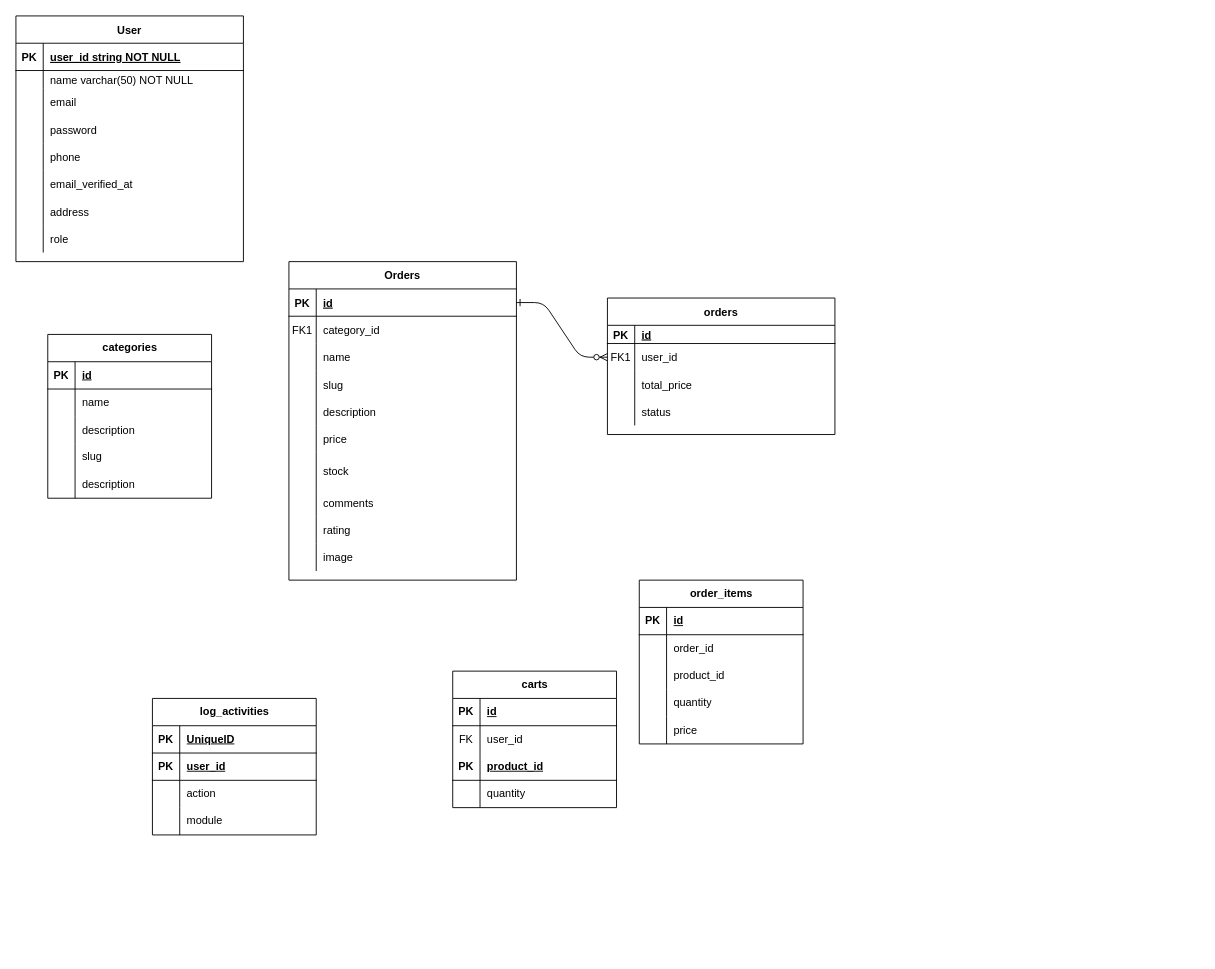
This is database/Untitled Diagram.drawio from g0st-r00t-x/project-uts, a draw.io file, before an edit. Source tidied: cells renumbered, new cells numbered last; positions are measured from the earlier drawing's top-left corner, leaving out a move shared by most shapes. Both pictures are drawn from the tidied source at 91%, with x=0, y=0 at pixel (15, 15).
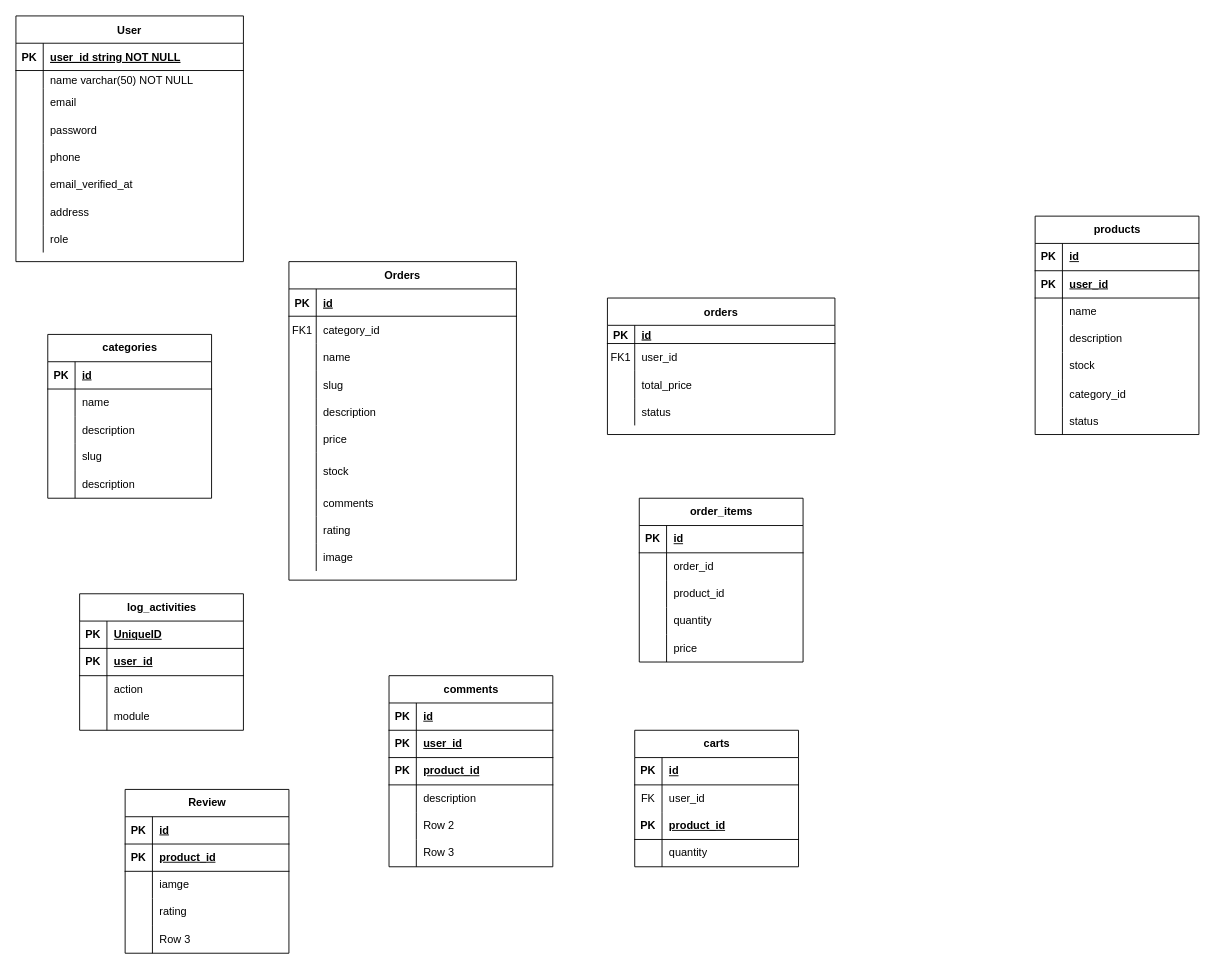
The same page after the edit.

Unchanged cells that the change refers to:
```xml
<mxCell id="7" style="shape=partialRectangle;fillColor=none;points=[[0,0.5],[1,0.5]];portConstraint=eastwest;top=0;left=0;right=0;bottom=0;" parent="3" vertex="1">
  <mxGeometry y="50" width="250" height="30" as="geometry" />
</mxCell>
<mxCell id="58" style="shape=partialRectangle;fillColor=none;points=[[0,0.5],[1,0.5]];portConstraint=eastwest;top=0;left=0;right=0;bottom=1;" parent="57" vertex="1">
  <mxGeometry y="30" width="250" height="30" as="geometry" />
</mxCell>
```

Diff of the diagram source:
```diff
@@
-    <mxCell id="2" style="edgeStyle=entityRelationEdgeStyle;endArrow=ERzeroToMany;startArrow=ERone;endFill=1;startFill=0;" parent="1" edge="1" source="58" target="7">
-      <mxGeometry relative="1" as="geometry" />
-    </mxCell>
@@
     <mxCell id="88" value="order_items" style="shape=table;startSize=30;childLayout=tableLayout;rowLines=0;fontStyle=1;align=center;html=1;" parent="1" vertex="1">
-      <mxGeometry x="685" y="620" width="180" height="180" as="geometry" />
+      <mxGeometry x="685" y="530" width="180" height="180" as="geometry" />
     </mxCell>
@@
     <mxCell id="104" value="carts" style="shape=table;startSize=30;childLayout=tableLayout;rowLines=0;fontStyle=1;align=center;html=1;" parent="1" vertex="1">
-      <mxGeometry x="480" y="720" width="180" height="150" as="geometry" />
+      <mxGeometry x="680" y="785" width="180" height="150" as="geometry" />
     </mxCell>
@@
     <mxCell id="117" value="log_activities" style="shape=table;startSize=30;childLayout=tableLayout;rowLines=0;fontStyle=1;align=center;html=1;" parent="1" vertex="1">
-      <mxGeometry x="150" y="750" width="180" height="150" as="geometry" />
+      <mxGeometry x="70" y="635" width="180" height="150" as="geometry" />
     </mxCell>
@@
+    <mxCell id="130" value="comments" style="shape=table;startSize=30;childLayout=tableLayout;rowLines=0;fontStyle=1;align=center;html=1;" parent="1" vertex="1">
+      <mxGeometry x="410" y="725" width="180" height="210" as="geometry" />
+    </mxCell>
+    <mxCell id="131" style="shape=tableRow;horizontal=0;startSize=0;swimlaneHead=0;swimlaneBody=0;fillColor=none;top=0;left=0;right=0;bottom=1;" parent="130" vertex="1">
+      <mxGeometry y="30" width="180" height="30" as="geometry" />
+    </mxCell>
+    <mxCell id="132" value="PK" style="shape=partialRectangle;fillColor=none;top=0;left=0;bottom=0;right=0;fontStyle=1;overflow=hidden;whiteSpace=wrap;html=1;" parent="131" vertex="1">
+      <mxGeometry width="30" height="30" as="geometry" />
+    </mxCell>
+    <mxCell id="133" value="id" style="shape=partialRectangle;fillColor=none;top=0;left=0;bottom=0;right=0;align=left;spacingLeft=6;fontStyle=5;overflow=hidden;whiteSpace=wrap;html=1;" parent="131" vertex="1">
+      <mxGeometry x="30" width="150" height="30" as="geometry" />
+    </mxCell>
+    <mxCell id="134" style="shape=tableRow;horizontal=0;startSize=0;swimlaneHead=0;swimlaneBody=0;fillColor=none;top=0;left=0;right=0;bottom=1;" parent="130" vertex="1">
+      <mxGeometry y="60" width="180" height="30" as="geometry" />
+    </mxCell>
+    <mxCell id="135" value="PK" style="shape=partialRectangle;fillColor=none;top=0;left=0;bottom=0;right=0;fontStyle=1;overflow=hidden;whiteSpace=wrap;html=1;" parent="134" vertex="1">
+      <mxGeometry width="30" height="30" as="geometry" />
+    </mxCell>
+    <mxCell id="136" value="user_id" style="shape=partialRectangle;fillColor=none;top=0;left=0;bottom=0;right=0;align=left;spacingLeft=6;fontStyle=5;overflow=hidden;whiteSpace=wrap;html=1;" parent="134" vertex="1">
+      <mxGeometry x="30" width="150" height="30" as="geometry" />
+    </mxCell>
+    <mxCell id="137" style="shape=tableRow;horizontal=0;startSize=0;swimlaneHead=0;swimlaneBody=0;fillColor=none;top=0;left=0;right=0;bottom=1;" parent="130" vertex="1">
+      <mxGeometry y="90" width="180" height="30" as="geometry" />
+    </mxCell>
+    <mxCell id="138" value="PK" style="shape=partialRectangle;fillColor=none;top=0;left=0;bottom=0;right=0;fontStyle=1;overflow=hidden;whiteSpace=wrap;html=1;" parent="137" vertex="1">
+      <mxGeometry width="30" height="30" as="geometry" />
+    </mxCell>
+    <mxCell id="139" value="product_id" style="shape=partialRectangle;fillColor=none;top=0;left=0;bottom=0;right=0;align=left;spacingLeft=6;fontStyle=5;overflow=hidden;whiteSpace=wrap;html=1;" parent="137" vertex="1">
+      <mxGeometry x="30" width="150" height="30" as="geometry" />
+    </mxCell>
+    <mxCell id="140" style="shape=tableRow;horizontal=0;startSize=0;swimlaneHead=0;swimlaneBody=0;fillColor=none;top=0;left=0;right=0;bottom=0;" parent="130" vertex="1">
+      <mxGeometry y="120" width="180" height="30" as="geometry" />
+    </mxCell>
+    <mxCell id="141" style="shape=partialRectangle;fillColor=none;top=0;left=0;bottom=0;right=0;overflow=hidden;whiteSpace=wrap;html=1;" parent="140" vertex="1">
+      <mxGeometry width="30" height="30" as="geometry" />
+    </mxCell>
+    <mxCell id="142" value="description" style="shape=partialRectangle;fillColor=none;top=0;left=0;bottom=0;right=0;align=left;spacingLeft=6;overflow=hidden;whiteSpace=wrap;html=1;" parent="140" vertex="1">
+      <mxGeometry x="30" width="150" height="30" as="geometry" />
+    </mxCell>
+    <mxCell id="143" style="shape=tableRow;horizontal=0;startSize=0;swimlaneHead=0;swimlaneBody=0;fillColor=none;top=0;left=0;right=0;bottom=0;" parent="130" vertex="1">
+      <mxGeometry y="150" width="180" height="30" as="geometry" />
+    </mxCell>
+    <mxCell id="144" style="shape=partialRectangle;fillColor=none;top=0;left=0;bottom=0;right=0;overflow=hidden;whiteSpace=wrap;html=1;" parent="143" vertex="1">
+      <mxGeometry width="30" height="30" as="geometry" />
+    </mxCell>
+    <mxCell id="145" value="Row 2" style="shape=partialRectangle;fillColor=none;top=0;left=0;bottom=0;right=0;align=left;spacingLeft=6;overflow=hidden;whiteSpace=wrap;html=1;" parent="143" vertex="1">
+      <mxGeometry x="30" width="150" height="30" as="geometry" />
+    </mxCell>
+    <mxCell id="146" style="shape=tableRow;horizontal=0;startSize=0;swimlaneHead=0;swimlaneBody=0;fillColor=none;top=0;left=0;right=0;bottom=0;" parent="130" vertex="1">
+      <mxGeometry y="180" width="180" height="30" as="geometry" />
+    </mxCell>
+    <mxCell id="147" style="shape=partialRectangle;fillColor=none;top=0;left=0;bottom=0;right=0;overflow=hidden;whiteSpace=wrap;html=1;" parent="146" vertex="1">
+      <mxGeometry width="30" height="30" as="geometry" />
+    </mxCell>
+    <mxCell id="148" value="Row 3" style="shape=partialRectangle;fillColor=none;top=0;left=0;bottom=0;right=0;align=left;spacingLeft=6;overflow=hidden;whiteSpace=wrap;html=1;" parent="146" vertex="1">
+      <mxGeometry x="30" width="150" height="30" as="geometry" />
+    </mxCell>
+    <mxCell id="149" value="Review" style="shape=table;startSize=30;childLayout=tableLayout;rowLines=0;fontStyle=1;align=center;html=1;" parent="1" vertex="1">
+      <mxGeometry x="120" y="850" width="180" height="180" as="geometry" />
+    </mxCell>
+    <mxCell id="150" style="shape=tableRow;horizontal=0;startSize=0;swimlaneHead=0;swimlaneBody=0;fillColor=none;top=0;left=0;right=0;bottom=1;" parent="149" vertex="1">
+      <mxGeometry y="30" width="180" height="30" as="geometry" />
+    </mxCell>
+    <mxCell id="151" value="PK" style="shape=partialRectangle;fillColor=none;top=0;left=0;bottom=0;right=0;fontStyle=1;overflow=hidden;whiteSpace=wrap;html=1;" parent="150" vertex="1">
+      <mxGeometry width="30" height="30" as="geometry" />
+    </mxCell>
+    <mxCell id="152" value="id" style="shape=partialRectangle;fillColor=none;top=0;left=0;bottom=0;right=0;align=left;spacingLeft=6;fontStyle=5;overflow=hidden;whiteSpace=wrap;html=1;" parent="150" vertex="1">
+      <mxGeometry x="30" width="150" height="30" as="geometry" />
+    </mxCell>
+    <mxCell id="153" style="shape=tableRow;horizontal=0;startSize=0;swimlaneHead=0;swimlaneBody=0;fillColor=none;top=0;left=0;right=0;bottom=1;" parent="149" vertex="1">
+      <mxGeometry y="60" width="180" height="30" as="geometry" />
+    </mxCell>
+    <mxCell id="154" value="PK" style="shape=partialRectangle;fillColor=none;top=0;left=0;bottom=0;right=0;fontStyle=1;overflow=hidden;whiteSpace=wrap;html=1;" parent="153" vertex="1">
+      <mxGeometry width="30" height="30" as="geometry" />
+    </mxCell>
+    <mxCell id="155" value="product_id" style="shape=partialRectangle;fillColor=none;top=0;left=0;bottom=0;right=0;align=left;spacingLeft=6;fontStyle=5;overflow=hidden;whiteSpace=wrap;html=1;" parent="153" vertex="1">
+      <mxGeometry x="30" width="150" height="30" as="geometry" />
+    </mxCell>
+    <mxCell id="156" style="shape=tableRow;horizontal=0;startSize=0;swimlaneHead=0;swimlaneBody=0;fillColor=none;top=0;left=0;right=0;bottom=0;" parent="149" vertex="1">
+      <mxGeometry y="90" width="180" height="30" as="geometry" />
+    </mxCell>
+    <mxCell id="157" style="shape=partialRectangle;fillColor=none;top=0;left=0;bottom=0;right=0;overflow=hidden;whiteSpace=wrap;html=1;" parent="156" vertex="1">
+      <mxGeometry width="30" height="30" as="geometry" />
+    </mxCell>
+    <mxCell id="158" value="iamge" style="shape=partialRectangle;fillColor=none;top=0;left=0;bottom=0;right=0;align=left;spacingLeft=6;overflow=hidden;whiteSpace=wrap;html=1;" parent="156" vertex="1">
+      <mxGeometry x="30" width="150" height="30" as="geometry" />
+    </mxCell>
+    <mxCell id="159" style="shape=tableRow;horizontal=0;startSize=0;swimlaneHead=0;swimlaneBody=0;fillColor=none;top=0;left=0;right=0;bottom=0;" parent="149" vertex="1">
+      <mxGeometry y="120" width="180" height="30" as="geometry" />
+    </mxCell>
+    <mxCell id="160" style="shape=partialRectangle;fillColor=none;top=0;left=0;bottom=0;right=0;overflow=hidden;whiteSpace=wrap;html=1;" parent="159" vertex="1">
+      <mxGeometry width="30" height="30" as="geometry" />
+    </mxCell>
+    <mxCell id="161" value="rating" style="shape=partialRectangle;fillColor=none;top=0;left=0;bottom=0;right=0;align=left;spacingLeft=6;overflow=hidden;whiteSpace=wrap;html=1;" parent="159" vertex="1">
+      <mxGeometry x="30" width="150" height="30" as="geometry" />
+    </mxCell>
+    <mxCell id="162" style="shape=tableRow;horizontal=0;startSize=0;swimlaneHead=0;swimlaneBody=0;fillColor=none;top=0;left=0;right=0;bottom=0;" parent="149" vertex="1">
+      <mxGeometry y="150" width="180" height="30" as="geometry" />
+    </mxCell>
+    <mxCell id="163" style="shape=partialRectangle;fillColor=none;top=0;left=0;bottom=0;right=0;overflow=hidden;whiteSpace=wrap;html=1;" parent="162" vertex="1">
+      <mxGeometry width="30" height="30" as="geometry" />
+    </mxCell>
+    <mxCell id="164" value="Row 3" style="shape=partialRectangle;fillColor=none;top=0;left=0;bottom=0;right=0;align=left;spacingLeft=6;overflow=hidden;whiteSpace=wrap;html=1;" parent="162" vertex="1">
+      <mxGeometry x="30" width="150" height="30" as="geometry" />
+    </mxCell>
+    <mxCell id="165" value="products" style="shape=table;startSize=30;childLayout=tableLayout;rowLines=0;fontStyle=1;align=center;html=1;" parent="1" vertex="1">
+      <mxGeometry x="1120" y="220" width="180" height="240" as="geometry" />
+    </mxCell>
+    <mxCell id="166" style="shape=tableRow;horizontal=0;startSize=0;swimlaneHead=0;swimlaneBody=0;fillColor=none;top=0;left=0;right=0;bottom=1;" parent="165" vertex="1">
+      <mxGeometry y="30" width="180" height="30" as="geometry" />
+    </mxCell>
+    <mxCell id="167" value="PK" style="shape=partialRectangle;fillColor=none;top=0;left=0;bottom=0;right=0;fontStyle=1;overflow=hidden;whiteSpace=wrap;html=1;" parent="166" vertex="1">
+      <mxGeometry width="30" height="30" as="geometry" />
+    </mxCell>
+    <mxCell id="168" value="id" style="shape=partialRectangle;fillColor=none;top=0;left=0;bottom=0;right=0;align=left;spacingLeft=6;fontStyle=5;overflow=hidden;whiteSpace=wrap;html=1;" parent="166" vertex="1">
+      <mxGeometry x="30" width="150" height="30" as="geometry" />
+    </mxCell>
+    <mxCell id="169" style="shape=tableRow;horizontal=0;startSize=0;swimlaneHead=0;swimlaneBody=0;fillColor=none;top=0;left=0;right=0;bottom=1;" parent="165" vertex="1">
+      <mxGeometry y="60" width="180" height="30" as="geometry" />
+    </mxCell>
+    <mxCell id="170" value="PK" style="shape=partialRectangle;fillColor=none;top=0;left=0;bottom=0;right=0;fontStyle=1;overflow=hidden;whiteSpace=wrap;html=1;" parent="169" vertex="1">
+      <mxGeometry width="30" height="30" as="geometry" />
+    </mxCell>
+    <mxCell id="171" value="user_id" style="shape=partialRectangle;fillColor=none;top=0;left=0;bottom=0;right=0;align=left;spacingLeft=6;fontStyle=5;overflow=hidden;whiteSpace=wrap;html=1;" parent="169" vertex="1">
+      <mxGeometry x="30" width="150" height="30" as="geometry" />
+    </mxCell>
+    <mxCell id="172" style="shape=tableRow;horizontal=0;startSize=0;swimlaneHead=0;swimlaneBody=0;fillColor=none;top=0;left=0;right=0;bottom=0;" parent="165" vertex="1">
+      <mxGeometry y="90" width="180" height="30" as="geometry" />
+    </mxCell>
+    <mxCell id="173" style="shape=partialRectangle;fillColor=none;top=0;left=0;bottom=0;right=0;overflow=hidden;whiteSpace=wrap;html=1;" parent="172" vertex="1">
+      <mxGeometry width="30" height="30" as="geometry" />
+    </mxCell>
+    <mxCell id="174" value="name" style="shape=partialRectangle;fillColor=none;top=0;left=0;bottom=0;right=0;align=left;spacingLeft=6;overflow=hidden;whiteSpace=wrap;html=1;" parent="172" vertex="1">
+      <mxGeometry x="30" width="150" height="30" as="geometry" />
+    </mxCell>
+    <mxCell id="175" style="shape=tableRow;horizontal=0;startSize=0;swimlaneHead=0;swimlaneBody=0;fillColor=none;top=0;left=0;right=0;bottom=0;" parent="165" vertex="1">
+      <mxGeometry y="120" width="180" height="30" as="geometry" />
+    </mxCell>
+    <mxCell id="176" style="shape=partialRectangle;fillColor=none;top=0;left=0;bottom=0;right=0;overflow=hidden;whiteSpace=wrap;html=1;" parent="175" vertex="1">
+      <mxGeometry width="30" height="30" as="geometry" />
+    </mxCell>
+    <mxCell id="177" value="description" style="shape=partialRectangle;fillColor=none;top=0;left=0;bottom=0;right=0;align=left;spacingLeft=6;overflow=hidden;whiteSpace=wrap;html=1;" parent="175" vertex="1">
+      <mxGeometry x="30" width="150" height="30" as="geometry" />
+    </mxCell>
+    <mxCell id="178" style="shape=tableRow;horizontal=0;startSize=0;swimlaneHead=0;swimlaneBody=0;fillColor=none;top=0;left=0;right=0;bottom=0;" parent="165" vertex="1">
+      <mxGeometry y="150" width="180" height="30" as="geometry" />
+    </mxCell>
+    <mxCell id="179" style="shape=partialRectangle;fillColor=none;top=0;left=0;bottom=0;right=0;overflow=hidden;whiteSpace=wrap;html=1;" parent="178" vertex="1">
+      <mxGeometry width="30" height="30" as="geometry" />
+    </mxCell>
+    <mxCell id="180" value="stock" style="shape=partialRectangle;fillColor=none;top=0;left=0;bottom=0;right=0;align=left;spacingLeft=6;overflow=hidden;whiteSpace=wrap;html=1;" parent="178" vertex="1">
+      <mxGeometry x="30" width="150" height="30" as="geometry" />
+    </mxCell>
+    <mxCell id="181" style="shape=tableRow;horizontal=0;startSize=0;swimlaneHead=0;swimlaneBody=0;fillColor=none;top=0;left=0;right=0;bottom=0;" parent="165" vertex="1">
+      <mxGeometry y="180" width="180" height="30" as="geometry" />
+    </mxCell>
+    <mxCell id="182" style="shape=partialRectangle;fillColor=none;top=0;left=0;bottom=0;right=0;overflow=hidden;" parent="181" vertex="1">
+      <mxGeometry width="30" height="30" as="geometry" />
+    </mxCell>
+    <mxCell id="183" value="category_id" style="shape=partialRectangle;fillColor=none;top=0;left=0;bottom=0;right=0;align=left;spacingLeft=6;overflow=hidden;" parent="181" vertex="1">
+      <mxGeometry x="30" width="150" height="30" as="geometry" />
+    </mxCell>
+    <mxCell id="184" style="shape=tableRow;horizontal=0;startSize=0;swimlaneHead=0;swimlaneBody=0;fillColor=none;top=0;left=0;right=0;bottom=0;" parent="165" vertex="1">
+      <mxGeometry y="210" width="180" height="30" as="geometry" />
+    </mxCell>
+    <mxCell id="185" style="shape=partialRectangle;fillColor=none;top=0;left=0;bottom=0;right=0;overflow=hidden;" parent="184" vertex="1">
+      <mxGeometry width="30" height="30" as="geometry" />
+    </mxCell>
+    <mxCell id="186" value="status" style="shape=partialRectangle;fillColor=none;top=0;left=0;bottom=0;right=0;align=left;spacingLeft=6;overflow=hidden;" parent="184" vertex="1">
+      <mxGeometry x="30" width="150" height="30" as="geometry" />
+    </mxCell>
```
